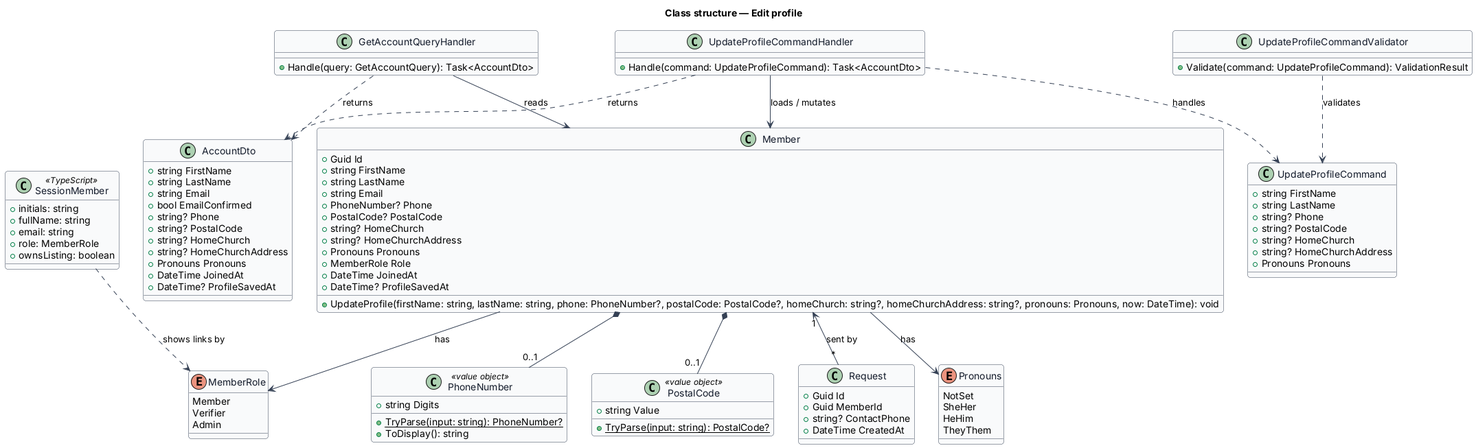
This is docs/detailed-designs/accounts/edit-profile/diagrams/class-structure.png from QuinntyneBrown/jubilee, a PlantUML export, as it was before one commit. Its diagram source:
```plantuml
@startuml
skinparam backgroundColor #FFFFFF
skinparam shadowing false
skinparam roundcorner 8
skinparam defaultFontName Arial
skinparam ArrowColor #344054
skinparam class {
  BorderColor #344054
  FontColor #101828
  BackgroundColor #F9FAFB
}
title Class structure — Edit profile


enum Pronouns {
  NotSet
  SheHer
  HeHim
  TheyThem
}

enum MemberRole {
  Member
  Verifier
  Admin
}

class Member {
  +Guid Id
  +string FirstName
  +string LastName
  +string Email
  +PhoneNumber? Phone
  +PostalCode? PostalCode
  +string? HomeChurch
  +string? HomeChurchAddress
  +Pronouns Pronouns
  +MemberRole Role
  +DateTime JoinedAt
  +DateTime? ProfileSavedAt
  +UpdateProfile(firstName: string, lastName: string, phone: PhoneNumber?, postalCode: PostalCode?, homeChurch: string?, homeChurchAddress: string?, pronouns: Pronouns, now: DateTime): void
}

class PhoneNumber <<value object>> {
  +string Digits
  +{static} TryParse(input: string): PhoneNumber?
  +ToDisplay(): string
}

class PostalCode <<value object>> {
  +string Value
  +{static} TryParse(input: string): PostalCode?
}

class Request {
  +Guid Id
  +Guid MemberId
  +string? ContactPhone
  +DateTime CreatedAt
}

class UpdateProfileCommand {
  +string FirstName
  +string LastName
  +string? Phone
  +string? PostalCode
  +string? HomeChurch
  +string? HomeChurchAddress
  +Pronouns Pronouns
}

class UpdateProfileCommandValidator {
  +Validate(command: UpdateProfileCommand): ValidationResult
}

class UpdateProfileCommandHandler {
  +Handle(command: UpdateProfileCommand): Task<AccountDto>
}

class GetAccountQueryHandler {
  +Handle(query: GetAccountQuery): Task<AccountDto>
}

class AccountDto {
  +string FirstName
  +string LastName
  +string Email
  +bool EmailConfirmed
  +string? Phone
  +string? PostalCode
  +string? HomeChurch
  +string? HomeChurchAddress
  +Pronouns Pronouns
  +DateTime JoinedAt
  +DateTime? ProfileSavedAt
}

class SessionMember <<TypeScript>> {
  +initials: string
  +fullName: string
  +email: string
  +role: MemberRole
  +ownsListing: boolean
}

UpdateProfileCommandHandler ..> UpdateProfileCommand : handles
UpdateProfileCommandValidator ..> UpdateProfileCommand : validates
UpdateProfileCommandHandler --> Member : loads / mutates
UpdateProfileCommandHandler ..> AccountDto : returns
GetAccountQueryHandler ..> AccountDto : returns
GetAccountQueryHandler --> Member : reads
Member *-- "0..1" PhoneNumber
Member *-- "0..1" PostalCode
Member --> Pronouns : has
Member --> MemberRole : has
Member "1" <-- "*" Request : sent by
SessionMember ..> MemberRole : shows links by
@enduml
```
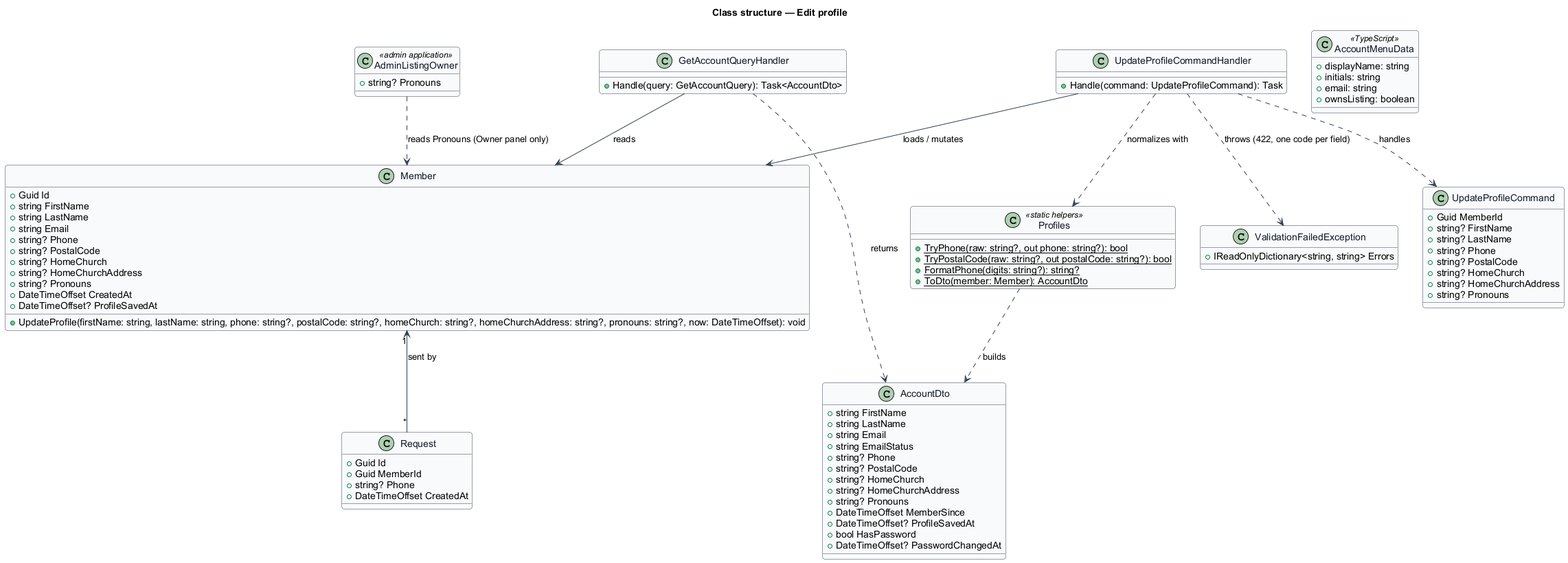
The same diagram one commit later.

What changed in the source:
```diff
@@ -12,69 +12,52 @@
 title Class structure — Edit profile
 
 
-enum Pronouns {
-  NotSet
-  SheHer
-  HeHim
-  TheyThem
-}
-
-enum MemberRole {
-  Member
-  Verifier
-  Admin
-}
-
 class Member {
   +Guid Id
   +string FirstName
   +string LastName
   +string Email
-  +PhoneNumber? Phone
-  +PostalCode? PostalCode
+  +string? Phone
+  +string? PostalCode
   +string? HomeChurch
   +string? HomeChurchAddress
-  +Pronouns Pronouns
-  +MemberRole Role
-  +DateTime JoinedAt
-  +DateTime? ProfileSavedAt
-  +UpdateProfile(firstName: string, lastName: string, phone: PhoneNumber?, postalCode: PostalCode?, homeChurch: string?, homeChurchAddress: string?, pronouns: Pronouns, now: DateTime): void
+  +string? Pronouns
+  +DateTimeOffset CreatedAt
+  +DateTimeOffset? ProfileSavedAt
+  +UpdateProfile(firstName: string, lastName: string, phone: string?, postalCode: string?, homeChurch: string?, homeChurchAddress: string?, pronouns: string?, now: DateTimeOffset): void
 }
 
-class PhoneNumber <<value object>> {
-  +string Digits
-  +{static} TryParse(input: string): PhoneNumber?
-  +ToDisplay(): string
-}
-
-class PostalCode <<value object>> {
-  +string Value
-  +{static} TryParse(input: string): PostalCode?
+class Profiles <<static helpers>> {
+  +{static} TryPhone(raw: string?, out phone: string?): bool
+  +{static} TryPostalCode(raw: string?, out postalCode: string?): bool
+  +{static} FormatPhone(digits: string?): string?
+  +{static} ToDto(member: Member): AccountDto
 }
 
 class Request {
   +Guid Id
   +Guid MemberId
-  +string? ContactPhone
-  +DateTime CreatedAt
+  +string? Phone
+  +DateTimeOffset CreatedAt
 }
 
 class UpdateProfileCommand {
-  +string FirstName
-  +string LastName
+  +Guid MemberId
+  +string? FirstName
+  +string? LastName
   +string? Phone
   +string? PostalCode
   +string? HomeChurch
   +string? HomeChurchAddress
-  +Pronouns Pronouns
-}
-
-class UpdateProfileCommandValidator {
-  +Validate(command: UpdateProfileCommand): ValidationResult
+  +string? Pronouns
 }
 
 class UpdateProfileCommandHandler {
-  +Handle(command: UpdateProfileCommand): Task<AccountDto>
+  +Handle(command: UpdateProfileCommand): Task
+}
+
+class ValidationFailedException {
+  +IReadOnlyDictionary<string, string> Errors
 }
 
 class GetAccountQueryHandler {
@@ -85,34 +68,36 @@
   +string FirstName
   +string LastName
   +string Email
-  +bool EmailConfirmed
+  +string EmailStatus
   +string? Phone
   +string? PostalCode
   +string? HomeChurch
   +string? HomeChurchAddress
-  +Pronouns Pronouns
-  +DateTime JoinedAt
-  +DateTime? ProfileSavedAt
+  +string? Pronouns
+  +DateTimeOffset MemberSince
+  +DateTimeOffset? ProfileSavedAt
+  +bool HasPassword
+  +DateTimeOffset? PasswordChangedAt
 }
 
-class SessionMember <<TypeScript>> {
+class AdminListingOwner <<admin application>> {
+  +string? Pronouns
+}
+
+class AccountMenuData <<TypeScript>> {
+  +displayName: string
   +initials: string
-  +fullName: string
   +email: string
-  +role: MemberRole
   +ownsListing: boolean
 }
 
 UpdateProfileCommandHandler ..> UpdateProfileCommand : handles
-UpdateProfileCommandValidator ..> UpdateProfileCommand : validates
+UpdateProfileCommandHandler ..> Profiles : normalizes with
+UpdateProfileCommandHandler ..> ValidationFailedException : throws (422, one code per field)
 UpdateProfileCommandHandler --> Member : loads / mutates
-UpdateProfileCommandHandler ..> AccountDto : returns
 GetAccountQueryHandler ..> AccountDto : returns
 GetAccountQueryHandler --> Member : reads
-Member *-- "0..1" PhoneNumber
-Member *-- "0..1" PostalCode
-Member --> Pronouns : has
-Member --> MemberRole : has
+Profiles ..> AccountDto : builds
+AdminListingOwner ..> Member : reads Pronouns (Owner panel only)
 Member "1" <-- "*" Request : sent by
-SessionMember ..> MemberRole : shows links by
 @enduml
```
